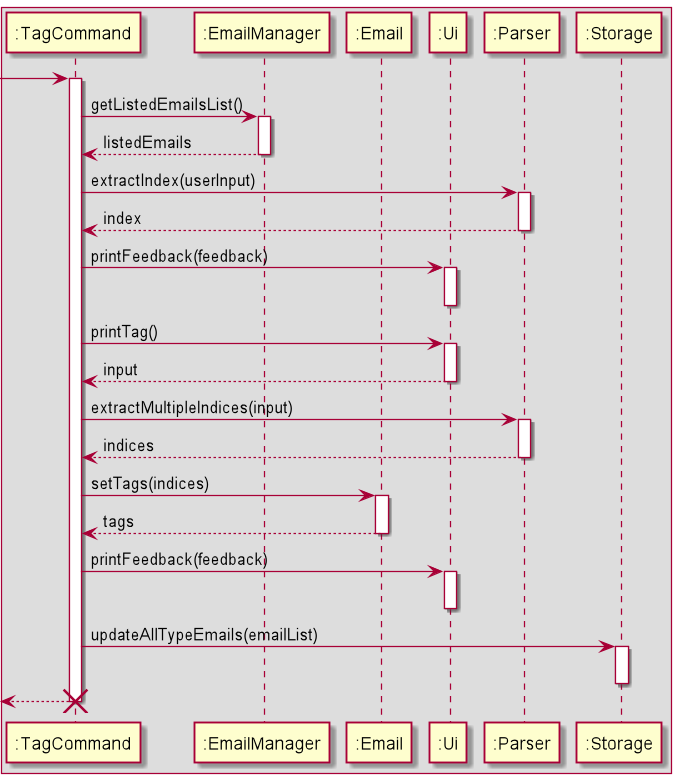
This is docs/Sequence Diagrams/TagSequenceDiagram.png from yanli1215/tp, a PlantUML export, as it was before one commit.
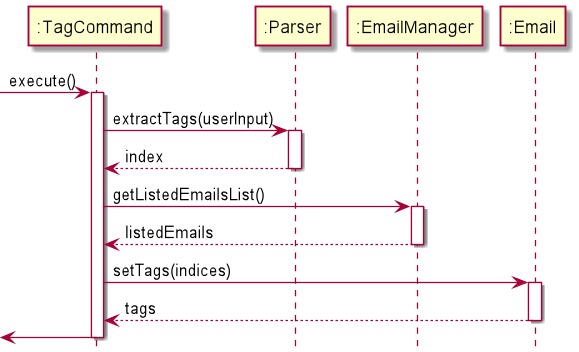
Later version of the same file.

The edit, as a diff of the source:
```diff
@@ -1,56 +1,29 @@
 @startuml
 
-box
 participant ":TagCommand" as TagCommand
+participant ":Parser" as Parser
 participant ":EmailManager" as EmailManager
 participant ":Email" as Email
-participant ":Ui" as Ui
-participant ":Parser" as Parser
-participant ":Storage" as Storage
-end box
 
-[-> TagCommand
+[-> TagCommand: execute()
 activate TagCommand
+
+TagCommand -> Parser: extractTags(userInput)
+activate Parser
+Parser --> TagCommand: index
+deactivate Parser
 
 TagCommand -> EmailManager: getListedEmailsList()
 activate EmailManager
 EmailManager --> TagCommand: listedEmails
 deactivate EmailManager
 
-TagCommand -> Parser: extractIndex(userInput)
-activate Parser
-Parser --> TagCommand: index
-deactivate Parser
-
-TagCommand -> Ui: printFeedback(feedback)
-activate Ui
-deactivate Ui
-
-TagCommand -> Ui: printTag()
-activate Ui
-Ui --> TagCommand: input
-deactivate Ui
-
-TagCommand -> Parser: extractMultipleIndices(input)
-activate Parser
-Parser --> TagCommand: indices
-deactivate Parser
-
 TagCommand -> Email: setTags(indices)
 activate Email
 Email --> TagCommand: tags
 deactivate Email
 
-TagCommand -> Ui: printFeedback(feedback)
-activate Ui
-deactivate Ui
-
-TagCommand -> Storage: updateAllTypeEmails(emailList)
-activate Storage
-deactivate Storage
-
-[<-- TagCommand
+[<- TagCommand
 deactivate TagCommand
-destroy TagCommand
 
 @enduml
```
